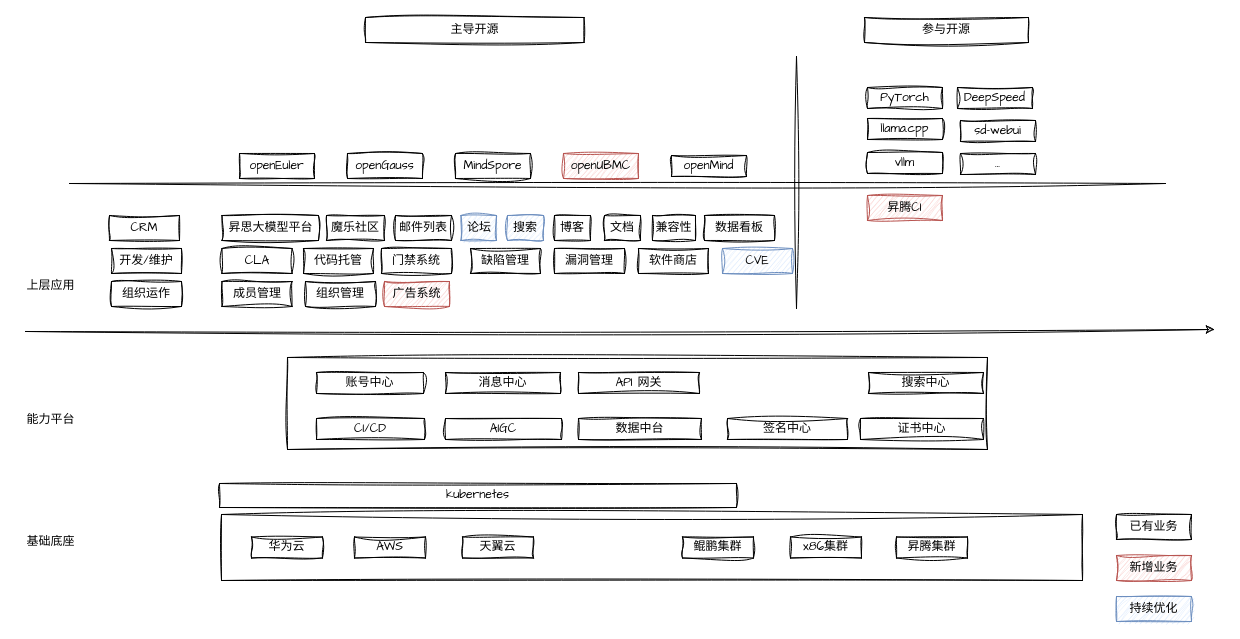
pkking/mydrawio keeps this draw.io diagram as page "第 1 页" (1 of 6) of 基础设施草图.drawio. Above is the earlier version. Source tidied: cells renumbered, new cells numbered last; positions are measured from the earlier drawing's top-left corner, leaving out a move shared by most shapes. Both pictures are drawn from the tidied source at 100%, with x=0, y=0 at pixel (17, 17).
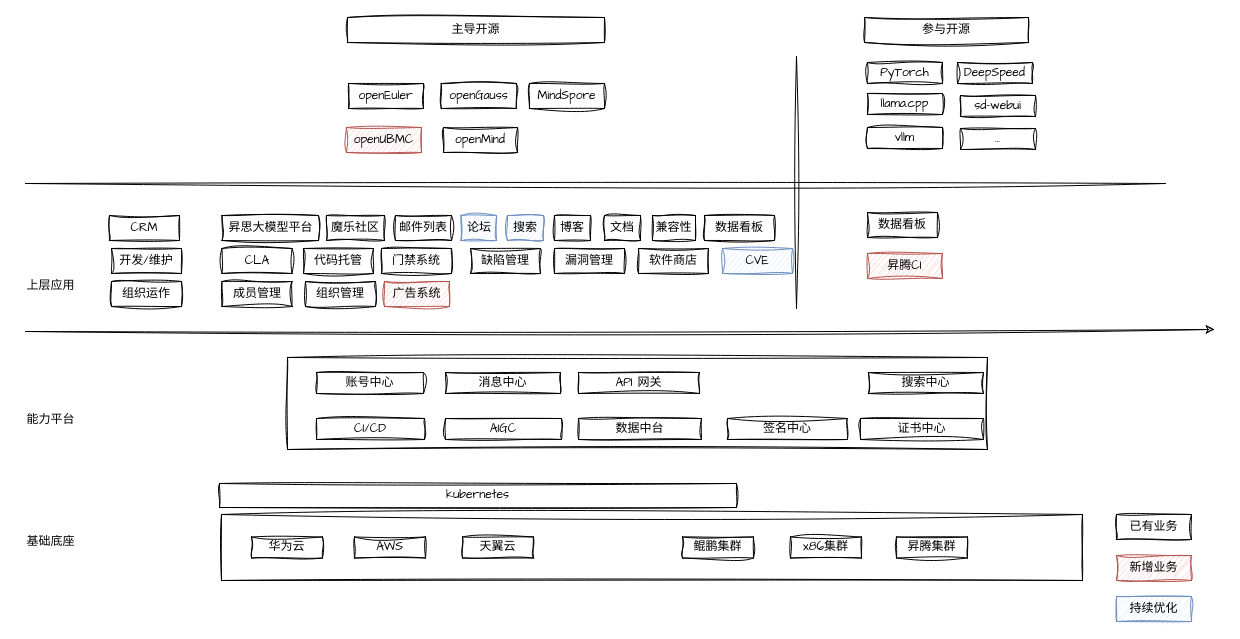
After the change.

The edit, as a diff of the source:
```diff
@@
     <mxCell id="7" value="openGauss" style="rounded=0;whiteSpace=wrap;html=1;sketch=1;curveFitting=1;jiggle=2;fontFamily=Comic Sans MS;" parent="1" vertex="1">
-      <mxGeometry x="330" y="136" width="75" height="25" as="geometry" />
+      <mxGeometry x="423.8" y="66" width="75" height="25" as="geometry" />
     </mxCell>
     <mxCell id="8" value="openEuler" style="rounded=0;whiteSpace=wrap;html=1;sketch=1;curveFitting=1;jiggle=2;fontFamily=Comic Sans MS;" parent="1" vertex="1">
-      <mxGeometry x="222" y="136" width="75" height="25" as="geometry" />
+      <mxGeometry x="331" y="66" width="75" height="25" as="geometry" />
     </mxCell>
     <mxCell id="9" value="MindSpore" style="rounded=0;whiteSpace=wrap;html=1;sketch=1;curveFitting=1;jiggle=2;fontFamily=Comic Sans MS;" parent="1" vertex="1">
-      <mxGeometry x="438" y="136" width="75" height="25" as="geometry" />
+      <mxGeometry x="512" y="66" width="75" height="25" as="geometry" />
     </mxCell>
     <mxCell id="10" value="openUBMC" style="rounded=0;whiteSpace=wrap;html=1;sketch=1;curveFitting=1;jiggle=2;fillColor=#f8cecc;strokeColor=#b85450;fontFamily=Comic Sans MS;" parent="1" vertex="1">
-      <mxGeometry x="546" y="136" width="75" height="25" as="geometry" />
+      <mxGeometry x="329" y="110" width="75" height="25" as="geometry" />
     </mxCell>
     <mxCell id="11" value="openMind" style="rounded=0;whiteSpace=wrap;html=1;sketch=1;hachureGap=4;jiggle=2;curveFitting=1;fontFamily=Architects Daughter;" parent="1" vertex="1">
-      <mxGeometry x="654" y="138" width="75" height="21" as="geometry" />
+      <mxGeometry x="426" y="110" width="74" height="25" as="geometry" />
     </mxCell>
@@
     <mxCell id="13" value="昇腾CI" style="rounded=0;whiteSpace=wrap;html=1;sketch=1;curveFitting=1;jiggle=2;fontFamily=Comic Sans MS;fillColor=#f8cecc;strokeColor=#b85450;" parent="1" vertex="1">
-      <mxGeometry x="850" y="178" width="75" height="25" as="geometry" />
+      <mxGeometry x="850" y="236" width="75" height="25" as="geometry" />
     </mxCell>
@@
     <mxCell id="15" value="PyTorch" style="rounded=0;whiteSpace=wrap;html=1;sketch=1;hachureGap=4;jiggle=2;curveFitting=1;fontFamily=Architects Daughter;" parent="1" vertex="1">
-      <mxGeometry x="850" y="70" width="75" height="21" as="geometry" />
+      <mxGeometry x="850" y="45" width="75" height="21" as="geometry" />
     </mxCell>
     <mxCell id="16" value="DeepSpeed" style="rounded=0;whiteSpace=wrap;html=1;sketch=1;hachureGap=4;jiggle=2;curveFitting=1;fontFamily=Architects Daughter;" parent="1" vertex="1">
-      <mxGeometry x="940" y="70" width="75" height="21" as="geometry" />
+      <mxGeometry x="940" y="45" width="75" height="21" as="geometry" />
     </mxCell>
     <mxCell id="17" value="llama.cpp" style="rounded=0;whiteSpace=wrap;html=1;sketch=1;hachureGap=4;jiggle=2;curveFitting=1;fontFamily=Architects Daughter;" parent="1" vertex="1">
-      <mxGeometry x="850" y="101" width="75" height="21" as="geometry" />
+      <mxGeometry x="850" y="76" width="75" height="21" as="geometry" />
     </mxCell>
     <mxCell id="18" value="vllm" style="rounded=0;whiteSpace=wrap;html=1;sketch=1;hachureGap=4;jiggle=2;curveFitting=1;fontFamily=Architects Daughter;" parent="1" vertex="1">
-      <mxGeometry x="850" y="135" width="75" height="21" as="geometry" />
+      <mxGeometry x="850" y="110" width="75" height="21" as="geometry" />
     </mxCell>
     <mxCell id="19" value="sd-webui" style="rounded=0;whiteSpace=wrap;html=1;sketch=1;hachureGap=4;jiggle=2;curveFitting=1;fontFamily=Architects Daughter;" parent="1" vertex="1">
-      <mxGeometry x="943" y="103" width="75" height="21" as="geometry" />
+      <mxGeometry x="943" y="78" width="75" height="21" as="geometry" />
     </mxCell>
     <mxCell id="20" value="主导开源" style="rounded=0;whiteSpace=wrap;html=1;sketch=1;curveFitting=1;jiggle=2;fontFamily=Comic Sans MS;" parent="1" vertex="1">
-      <mxGeometry x="348" width="218.5" height="25" as="geometry" />
+      <mxGeometry x="330" width="257" height="25" as="geometry" />
     </mxCell>
@@
     <mxCell id="59" value="..." style="rounded=0;whiteSpace=wrap;html=1;sketch=1;hachureGap=4;jiggle=2;curveFitting=1;fontFamily=Architects Daughter;" parent="1" vertex="1">
-      <mxGeometry x="943" y="136" width="75" height="21" as="geometry" />
+      <mxGeometry x="943" y="111" width="75" height="21" as="geometry" />
     </mxCell>
@@
     <mxCell id="64" style="endArrow=none;html=1;rounded=0;sketch=1;hachureGap=4;jiggle=2;curveFitting=1;fontFamily=Architects Daughter;" parent="1" edge="1">
       <mxGeometry relative="1" as="geometry">
         <mxPoint x="1148" y="166" as="sourcePoint" />
-        <mxPoint x="52" y="166" as="targetPoint" />
+        <mxPoint x="8" y="166" as="targetPoint" />
       </mxGeometry>
     </mxCell>
+    <mxCell id="65" value="数据看板" style="rounded=0;whiteSpace=wrap;html=1;sketch=1;curveFitting=1;jiggle=2;fontFamily=Comic Sans MS;" parent="1" vertex="1">
+      <mxGeometry x="850" y="195" width="70" height="25" as="geometry" />
+    </mxCell>
```
